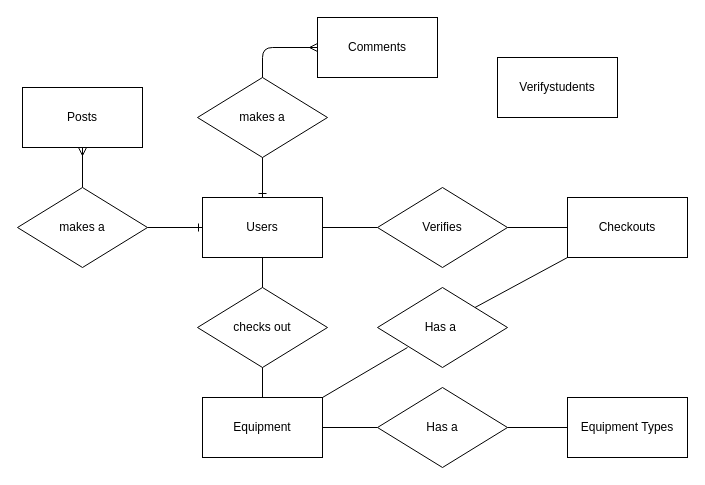
This is Final Presentation/ER Diagram Final.drawio from tdavis422/SeniorProject, a draw.io file, before an edit. Source tidied: cells renumbered, new cells numbered last; positions are measured from the earlier drawing's top-left corner, leaving out a move shared by most shapes. Both pictures are drawn from the tidied source at 100%, with x=0, y=0 at pixel (17, 17).
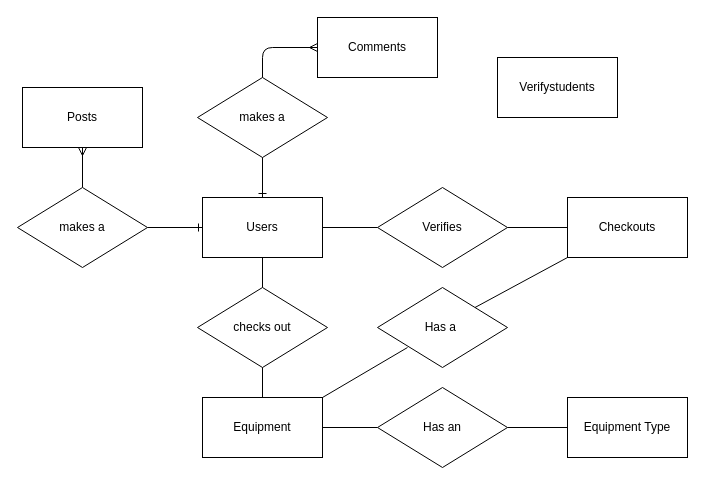
The same diagram, later.

What changed in the source:
```diff
@@
-    <mxCell id="6" value="Equipment Types" style="rounded=0;whiteSpace=wrap;html=1;" parent="1" vertex="1">
+    <mxCell id="6" value="Equipment Type" style="rounded=0;whiteSpace=wrap;html=1;" parent="1" vertex="1">
       <mxGeometry x="550" y="380" width="120" height="60" as="geometry" />
     </mxCell>
@@
-    <mxCell id="18" value="Has a" style="rhombus;whiteSpace=wrap;html=1;" parent="1" vertex="1">
+    <mxCell id="18" value="Has an" style="rhombus;whiteSpace=wrap;html=1;" parent="1" vertex="1">
       <mxGeometry x="360" y="370" width="130" height="80" as="geometry" />
     </mxCell>
```
